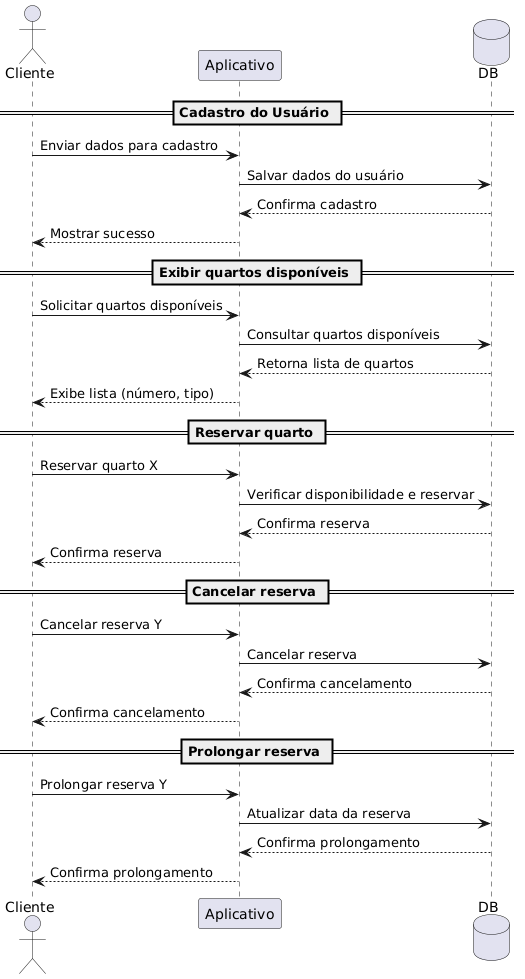
The PlantUML diagram Modelagem/Diagrama de Sequência/Diagrama.png in flaviohfp/Trabalho-APP, before a commit.
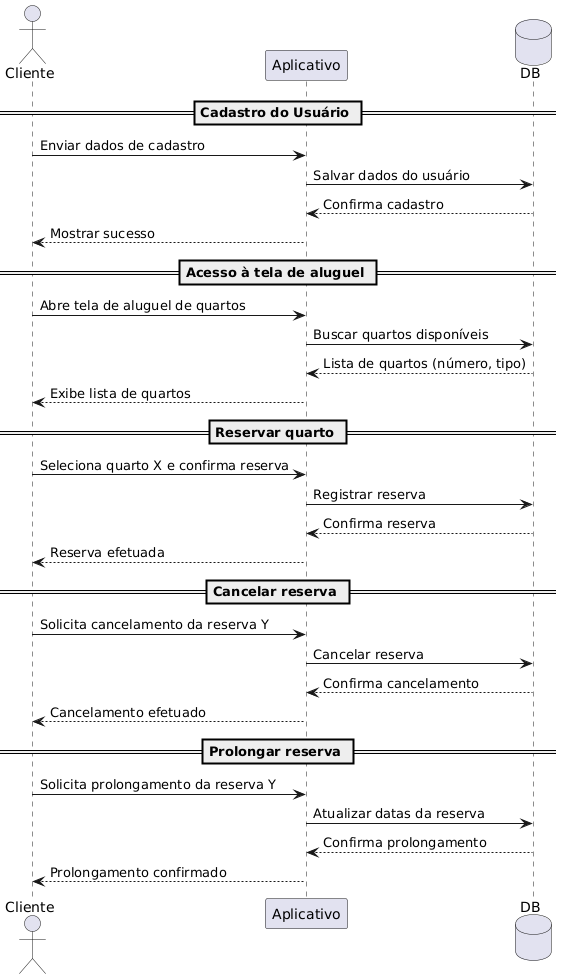
After the commit.

Change to the diagram source:
```diff
@@ -4,32 +4,32 @@
 database DB
 
 == Cadastro do Usuário ==
-Cliente -> Aplicativo: Enviar dados para cadastro
+Cliente -> Aplicativo: Enviar dados de cadastro
 Aplicativo -> DB: Salvar dados do usuário
 DB --> Aplicativo: Confirma cadastro
 Aplicativo --> Cliente: Mostrar sucesso
 
-== Exibir quartos disponíveis ==
-Cliente -> Aplicativo: Solicitar quartos disponíveis
-Aplicativo -> DB: Consultar quartos disponíveis
-DB --> Aplicativo: Retorna lista de quartos
-Aplicativo --> Cliente: Exibe lista (número, tipo)
+== Acesso à tela de aluguel ==
+Cliente -> Aplicativo: Abre tela de aluguel de quartos
+Aplicativo -> DB: Buscar quartos disponíveis
+DB --> Aplicativo: Lista de quartos (número, tipo)
+Aplicativo --> Cliente: Exibe lista de quartos
 
 == Reservar quarto ==
-Cliente -> Aplicativo: Reservar quarto X
-Aplicativo -> DB: Verificar disponibilidade e reservar
+Cliente -> Aplicativo: Seleciona quarto X e confirma reserva
+Aplicativo -> DB: Registrar reserva
 DB --> Aplicativo: Confirma reserva
-Aplicativo --> Cliente: Confirma reserva
+Aplicativo --> Cliente: Reserva efetuada
 
 == Cancelar reserva ==
-Cliente -> Aplicativo: Cancelar reserva Y
+Cliente -> Aplicativo: Solicita cancelamento da reserva Y
 Aplicativo -> DB: Cancelar reserva
 DB --> Aplicativo: Confirma cancelamento
-Aplicativo --> Cliente: Confirma cancelamento
+Aplicativo --> Cliente: Cancelamento efetuado
 
 == Prolongar reserva ==
-Cliente -> Aplicativo: Prolongar reserva Y
-Aplicativo -> DB: Atualizar data da reserva
+Cliente -> Aplicativo: Solicita prolongamento da reserva Y
+Aplicativo -> DB: Atualizar datas da reserva
 DB --> Aplicativo: Confirma prolongamento
-Aplicativo --> Cliente: Confirma prolongamento
+Aplicativo --> Cliente: Prolongamento confirmado
 @enduml
```
